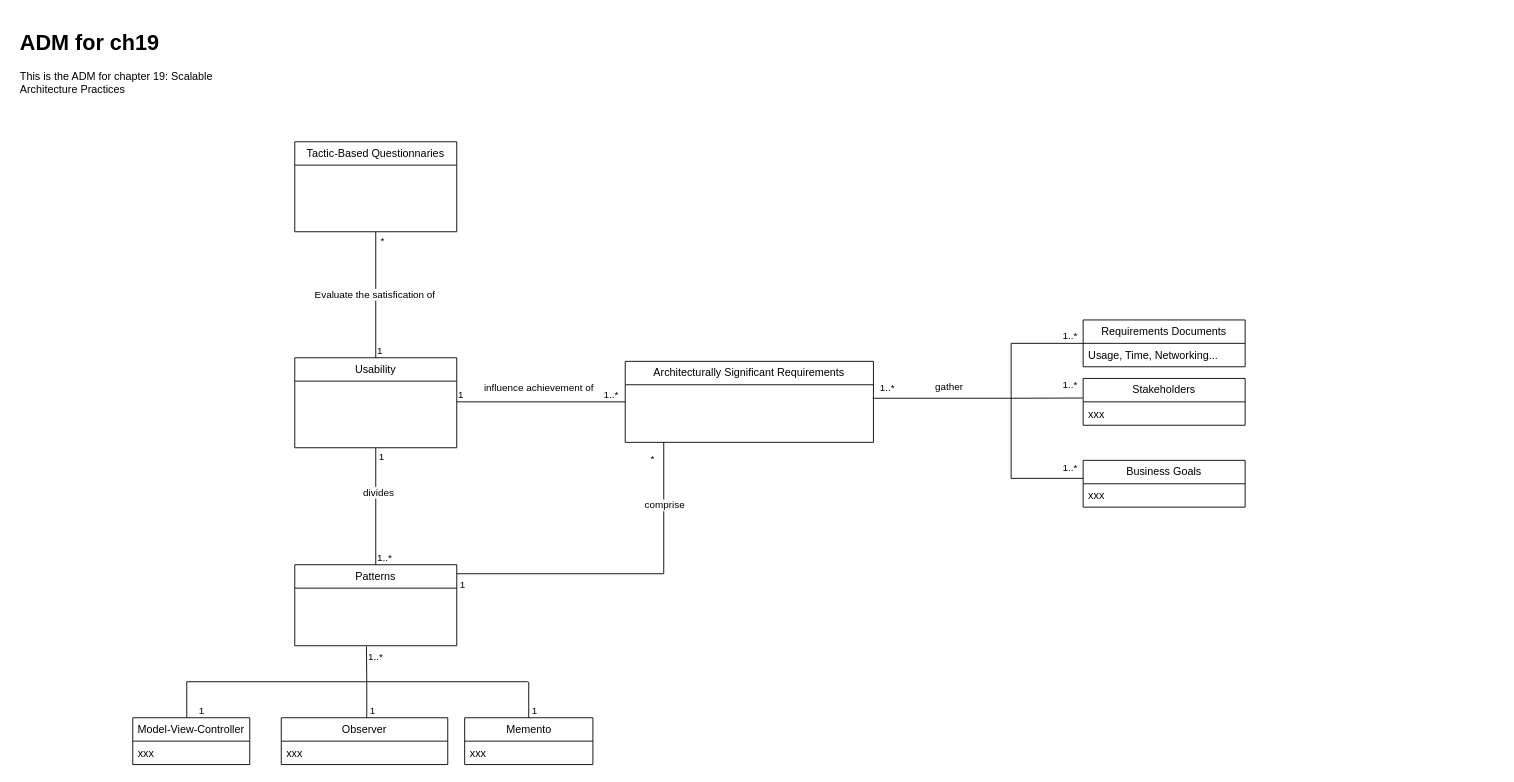
Earlier version of the draw.io diagram Documentation/DomainModel/ch19.drawio (dhruwanga19/4471_Group14_ProjectDocumentation). Source tidied: cells renumbered, new cells numbered last; positions are measured from the earlier drawing's top-left corner, leaving out a move shared by most shapes. Both pictures are drawn from the tidied source at 90%, with x=0, y=0 at pixel (15, 24).
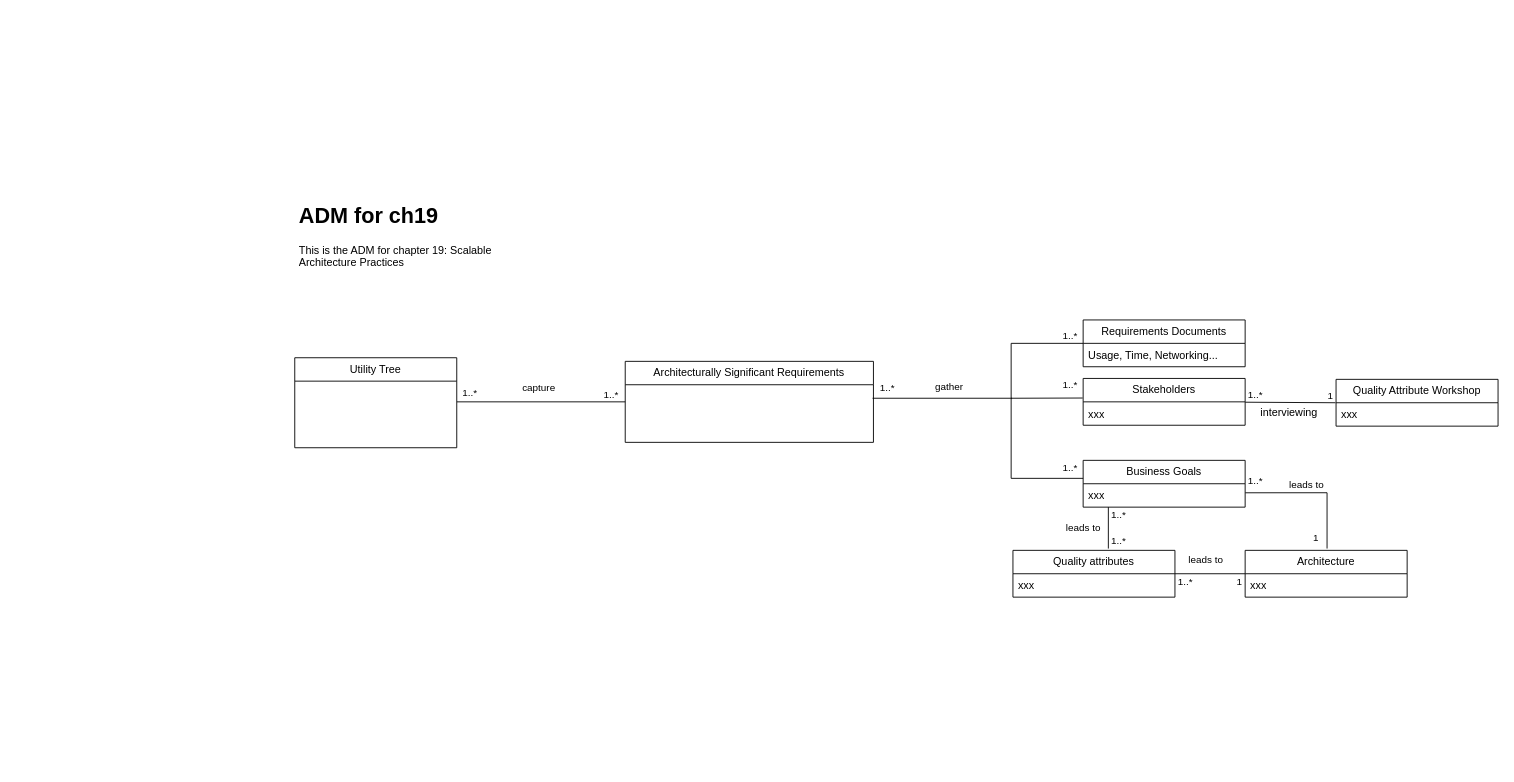
Above is the later version.

Unchanged cells that the change refers to:
```xml
<mxCell id="25" value="xxx" style="text;strokeColor=none;fillColor=none;align=left;verticalAlign=top;spacingLeft=4;spacingRight=4;overflow=hidden;points=[[0,0.5],[1,0.5]];portConstraint=eastwest;whiteSpace=wrap;html=1;" parent="24" vertex="1">
  <mxGeometry y="26" width="180" height="26" as="geometry" />
</mxCell>
```

Change to the diagram source:
```diff
@@
     <mxCell id="2" value="&lt;h1&gt;ADM for ch19&lt;/h1&gt;&lt;p&gt;This is the ADM for chapter 19: Scalable Architecture Practices&lt;/p&gt;" style="text;html=1;strokeColor=none;fillColor=none;spacing=5;spacingTop=-20;whiteSpace=wrap;overflow=hidden;rounded=0;" parent="1" vertex="1">
-      <mxGeometry width="247" height="120" as="geometry" />
+      <mxGeometry x="310" y="193" width="247" height="120" as="geometry" />
     </mxCell>
-    <mxCell id="3" value="Usability" style="swimlane;fontStyle=0;horizontal=1;startSize=26;fillColor=none;whiteSpace=wrap;html=1;" parent="1" vertex="1">
+    <mxCell id="3" value="Utility Tree" style="swimlane;fontStyle=0;horizontal=1;startSize=26;fillColor=none;whiteSpace=wrap;html=1;" parent="1" vertex="1">
       <mxGeometry x="310" y="370" width="180" height="100" as="geometry" />
     </mxCell>
-    <mxCell id="4" value="Tactic-Based Questionnaries" style="swimlane;fontStyle=0;horizontal=1;startSize=26;fillColor=none;whiteSpace=wrap;html=1;" parent="1" vertex="1">
-      <mxGeometry x="310" y="130" width="180" height="100" as="geometry" />
-    </mxCell>
-    <mxCell id="5" value="Patterns" style="swimlane;fontStyle=0;horizontal=1;startSize=26;fillColor=none;whiteSpace=wrap;html=1;" parent="1" vertex="1">
-      <mxGeometry x="310" y="600" width="180" height="90" as="geometry" />
-    </mxCell>
-    <mxCell id="6" style="endArrow=none;html=1;edgeStyle=orthogonalEdgeStyle;rounded=0;exitX=0.5;exitY=0;exitDx=0;exitDy=0;" parent="1" edge="1" source="5" target="3">
-      <mxGeometry relative="1" as="geometry" />
-    </mxCell>
-    <mxCell id="7" value="1..*" style="edgeLabel;html=1;align=left;verticalAlign=bottom;" parent="6" vertex="1">
-      <mxGeometry x="-1" relative="1" as="geometry" />
-    </mxCell>
-    <mxCell id="8" value="1" style="edgeLabel;html=1;align=right;verticalAlign=bottom;" parent="6" vertex="1">
-      <mxGeometry x="1" relative="1" as="geometry">
-        <mxPoint x="10" y="18" as="offset" />
-      </mxGeometry>
-    </mxCell>
-    <mxCell id="9" value="divides" style="edgeLabel;html=1;align=center;verticalAlign=middle;" parent="6" vertex="1">
-      <mxGeometry x="0.25" y="-2" relative="1" as="geometry" />
-    </mxCell>
-    <mxCell id="10" style="endArrow=none;html=1;edgeStyle=orthogonalEdgeStyle;rounded=0;exitX=0.5;exitY=0;exitDx=0;exitDy=0;" parent="1" edge="1" source="3" target="4">
-      <mxGeometry relative="1" as="geometry" />
-    </mxCell>
-    <mxCell id="11" value="1" style="edgeLabel;html=1;align=left;verticalAlign=bottom;" parent="10" vertex="1">
-      <mxGeometry x="-1" relative="1" as="geometry" />
-    </mxCell>
-    <mxCell id="12" value="*" style="edgeLabel;html=1;align=right;verticalAlign=bottom;" parent="10" vertex="1">
-      <mxGeometry x="1" relative="1" as="geometry">
-        <mxPoint x="10" y="18" as="offset" />
-      </mxGeometry>
-    </mxCell>
-    <mxCell id="13" value="Evaluate the satisfication of" style="edgeLabel;html=1;align=center;verticalAlign=middle;" parent="10" vertex="1">
-      <mxGeometry x="0.01" y="2" relative="1" as="geometry" />
-    </mxCell>
@@
-    <mxCell id="16" value="1" style="edgeLabel;html=1;align=left;verticalAlign=bottom;" parent="1" vertex="1">
-      <mxGeometry x="490" y="419" as="geometry" />
-    </mxCell>
@@
-    <mxCell id="27" style="endArrow=none;html=1;rounded=0;entryX=0.779;entryY=0.997;entryDx=0;entryDy=0;entryPerimeter=0;" parent="1" edge="1">
-      <mxGeometry relative="1" as="geometry">
-        <mxPoint x="720" y="610" as="sourcePoint" />
-        <mxPoint x="720" y="464" as="targetPoint" />
-      </mxGeometry>
-    </mxCell>
-    <mxCell id="28" value="comprise" style="edgeLabel;html=1;align=center;verticalAlign=middle;" parent="27" vertex="1">
-      <mxGeometry x="-0.1" y="4" relative="1" as="geometry">
-        <mxPoint x="4" y="-11" as="offset" />
-      </mxGeometry>
-    </mxCell>
-    <mxCell id="29" style="endArrow=none;html=1;rounded=0;exitX=1;exitY=0.111;exitDx=0;exitDy=0;exitPerimeter=0;" parent="1" edge="1" source="5">
-      <mxGeometry relative="1" as="geometry">
-        <mxPoint x="720" y="610" as="targetPoint" />
-      </mxGeometry>
-    </mxCell>
-    <mxCell id="30" value="1" style="edgeLabel;html=1;align=right;verticalAlign=bottom;" parent="1" vertex="1">
-      <mxGeometry x="500" y="630" as="geometry" />
-    </mxCell>
-    <mxCell id="31" value="*" style="edgeLabel;html=1;align=right;verticalAlign=bottom;" parent="1" vertex="1">
-      <mxGeometry x="710" y="490" as="geometry" />
-    </mxCell>
-    <mxCell id="32" style="endArrow=none;html=1;rounded=0;entryX=0.443;entryY=1.012;entryDx=0;entryDy=0;entryPerimeter=0;" parent="1" edge="1">
-      <mxGeometry relative="1" as="geometry">
-        <mxPoint x="390" y="730" as="sourcePoint" />
-        <mxPoint x="389.7" y="690.8" as="targetPoint" />
-      </mxGeometry>
-    </mxCell>
-    <mxCell id="33" style="endArrow=none;html=1;rounded=0;" parent="1" edge="1">
-      <mxGeometry relative="1" as="geometry">
-        <mxPoint x="190" y="730" as="sourcePoint" />
-        <mxPoint x="569" y="730" as="targetPoint" />
-      </mxGeometry>
-    </mxCell>
-    <mxCell id="34" style="endArrow=none;html=1;rounded=0;" parent="1" edge="1">
-      <mxGeometry relative="1" as="geometry">
-        <mxPoint x="190" y="770" as="sourcePoint" />
-        <mxPoint x="190" y="730" as="targetPoint" />
-      </mxGeometry>
-    </mxCell>
-    <mxCell id="35" style="endArrow=none;html=1;rounded=0;" parent="1" edge="1">
-      <mxGeometry relative="1" as="geometry">
-        <mxPoint x="390" y="770" as="sourcePoint" />
-        <mxPoint x="390" y="730" as="targetPoint" />
-      </mxGeometry>
-    </mxCell>
-    <mxCell id="36" style="endArrow=none;html=1;rounded=0;" parent="1" edge="1">
-      <mxGeometry relative="1" as="geometry">
-        <mxPoint x="570" y="770" as="sourcePoint" />
-        <mxPoint x="570" y="730" as="targetPoint" />
-      </mxGeometry>
-    </mxCell>
-    <mxCell id="37" value="1..*" style="edgeLabel;html=1;align=left;verticalAlign=bottom;" parent="1" vertex="1">
-      <mxGeometry x="390" y="710" as="geometry" />
-    </mxCell>
-    <mxCell id="38" value="Model-View-Controller" style="swimlane;fontStyle=0;horizontal=1;startSize=26;fillColor=none;whiteSpace=wrap;html=1;" parent="1" vertex="1">
-      <mxGeometry x="130" y="770" width="130" height="52" as="geometry" />
-    </mxCell>
-    <mxCell id="39" value="xxx" style="text;strokeColor=none;fillColor=none;align=left;verticalAlign=top;spacingLeft=4;spacingRight=4;overflow=hidden;whiteSpace=wrap;html=1;" parent="38" vertex="1">
-      <mxGeometry y="26" width="130" height="26" as="geometry" />
-    </mxCell>
-    <mxCell id="40" value="Observer" style="swimlane;fontStyle=0;horizontal=1;startSize=26;fillColor=none;whiteSpace=wrap;html=1;" parent="1" vertex="1">
-      <mxGeometry x="295" y="770" width="185" height="52" as="geometry" />
-    </mxCell>
-    <mxCell id="41" value="xxx" style="text;strokeColor=none;fillColor=none;align=left;verticalAlign=top;spacingLeft=4;spacingRight=4;overflow=hidden;whiteSpace=wrap;html=1;" parent="40" vertex="1">
-      <mxGeometry y="26" width="185" height="26" as="geometry" />
-    </mxCell>
-    <mxCell id="42" value="1" style="edgeLabel;html=1;align=right;verticalAlign=bottom;" parent="1" vertex="1">
-      <mxGeometry x="210" y="770" as="geometry" />
-    </mxCell>
-    <mxCell id="43" value="1" style="edgeLabel;html=1;align=right;verticalAlign=bottom;" parent="1" vertex="1">
-      <mxGeometry x="400" y="770" as="geometry" />
-    </mxCell>
-    <mxCell id="44" value="Memento" style="swimlane;fontStyle=0;horizontal=1;startSize=26;fillColor=none;whiteSpace=wrap;html=1;" parent="1" vertex="1">
-      <mxGeometry x="498.8" y="770" width="142.5" height="52" as="geometry" />
-    </mxCell>
-    <mxCell id="45" value="xxx" style="text;strokeColor=none;fillColor=none;align=left;verticalAlign=top;spacingLeft=4;spacingRight=4;overflow=hidden;whiteSpace=wrap;html=1;" parent="44" vertex="1">
-      <mxGeometry y="26" width="142.5" height="26" as="geometry" />
-    </mxCell>
-    <mxCell id="46" value="1" style="edgeLabel;html=1;align=right;verticalAlign=bottom;" parent="1" vertex="1">
-      <mxGeometry x="580" y="770" as="geometry" />
-    </mxCell>
-    <mxCell id="47" value="influence achievement of" style="edgeLabel;html=1;align=center;verticalAlign=middle;" parent="1" vertex="1">
+    <mxCell id="47" value="capture" style="edgeLabel;html=1;align=center;verticalAlign=middle;" parent="1" vertex="1">
       <mxGeometry x="580.2" y="402" as="geometry" />
     </mxCell>
@@
+    <mxCell id="55" value="Quality Attribute Workshop" style="swimlane;fontStyle=0;horizontal=1;startSize=26;fillColor=none;whiteSpace=wrap;html=1;" parent="1" vertex="1">
+      <mxGeometry x="1467" y="394" width="180" height="52" as="geometry" />
+    </mxCell>
+    <mxCell id="56" value="xxx" style="text;strokeColor=none;fillColor=none;align=left;verticalAlign=top;spacingLeft=4;spacingRight=4;overflow=hidden;whiteSpace=wrap;html=1;" parent="55" vertex="1">
+      <mxGeometry y="26" width="180" height="26" as="geometry" />
+    </mxCell>
+    <mxCell id="57" value="1" style="edgeLabel;html=1;align=right;verticalAlign=bottom;" parent="1" vertex="1">
+      <mxGeometry x="1464" y="420" as="geometry" />
+    </mxCell>
+    <mxCell id="58" style="endArrow=none;html=1;rounded=0;entryX=-0.003;entryY=0.5;entryDx=0;entryDy=0;entryPerimeter=0;exitX=1.006;exitY=0.093;exitDx=0;exitDy=0;exitPerimeter=0;" parent="1" edge="1" target="55">
+      <mxGeometry relative="1" as="geometry">
+        <mxPoint x="1366.1" y="419.4" as="sourcePoint" />
+      </mxGeometry>
+    </mxCell>
+    <mxCell id="59" value="1..*" style="edgeLabel;html=1;align=right;verticalAlign=bottom;" parent="1" vertex="1">
+      <mxGeometry x="1386" y="419" as="geometry" />
+    </mxCell>
+    <mxCell id="60" value="interviewing" style="text;html=1;strokeColor=none;fillColor=none;align=center;verticalAlign=middle;whiteSpace=wrap;rounded=0;" parent="1" vertex="1">
+      <mxGeometry x="1382" y="424" width="66" height="13" as="geometry" />
+    </mxCell>
+    <mxCell id="61" style="endArrow=none;html=1;rounded=0;" parent="1" edge="1">
+      <mxGeometry relative="1" as="geometry">
+        <mxPoint x="1214" y="582" as="sourcePoint" />
+        <mxPoint x="1214" y="536" as="targetPoint" />
+      </mxGeometry>
+    </mxCell>
+    <mxCell id="62" value="leads to" style="edgeLabel;html=1;align=center;verticalAlign=middle;" parent="1" vertex="1">
+      <mxGeometry x="1216" y="500" as="geometry">
+        <mxPoint x="-31" y="58" as="offset" />
+      </mxGeometry>
+    </mxCell>
+    <mxCell id="63" value="Quality attributes" style="swimlane;fontStyle=0;horizontal=1;startSize=26;fillColor=none;whiteSpace=wrap;html=1;" parent="1" vertex="1">
+      <mxGeometry x="1108" y="584" width="180" height="52" as="geometry" />
+    </mxCell>
+    <mxCell id="64" value="xxx" style="text;strokeColor=none;fillColor=none;align=left;verticalAlign=top;spacingLeft=4;spacingRight=4;overflow=hidden;whiteSpace=wrap;html=1;" parent="63" vertex="1">
+      <mxGeometry y="26" width="180" height="26" as="geometry" />
+    </mxCell>
+    <mxCell id="65" value="1..*" style="edgeLabel;html=1;align=right;verticalAlign=bottom;" parent="1" vertex="1">
+      <mxGeometry x="1234" y="553" as="geometry" />
+    </mxCell>
+    <mxCell id="66" value="1..*" style="edgeLabel;html=1;align=right;verticalAlign=bottom;" parent="1" vertex="1">
+      <mxGeometry x="1234" y="581" as="geometry" />
+    </mxCell>
+    <mxCell id="67" style="endArrow=none;html=1;rounded=0;" parent="1" edge="1">
+      <mxGeometry relative="1" as="geometry">
+        <mxPoint x="1457" y="582" as="sourcePoint" />
+        <mxPoint x="1457" y="520" as="targetPoint" />
+      </mxGeometry>
+    </mxCell>
+    <mxCell id="68" value="Architecture" style="swimlane;fontStyle=0;horizontal=1;startSize=26;fillColor=none;whiteSpace=wrap;html=1;" parent="1" vertex="1">
+      <mxGeometry x="1366" y="584" width="180" height="52" as="geometry" />
+    </mxCell>
+    <mxCell id="69" value="xxx" style="text;strokeColor=none;fillColor=none;align=left;verticalAlign=top;spacingLeft=4;spacingRight=4;overflow=hidden;whiteSpace=wrap;html=1;" parent="68" vertex="1">
+      <mxGeometry y="26" width="180" height="26" as="geometry" />
+    </mxCell>
+    <mxCell id="70" value="1..*" style="edgeLabel;html=1;align=right;verticalAlign=bottom;" parent="1" vertex="1">
+      <mxGeometry x="1386" y="515" as="geometry" />
+    </mxCell>
+    <mxCell id="71" value="1" style="edgeLabel;html=1;align=right;verticalAlign=bottom;" parent="1" vertex="1">
+      <mxGeometry x="1448" y="578" as="geometry" />
+    </mxCell>
+    <mxCell id="72" style="endArrow=none;html=1;rounded=0;exitX=1.001;exitY=0.386;exitDx=0;exitDy=0;exitPerimeter=0;" parent="1" edge="1" source="25">
+      <mxGeometry relative="1" as="geometry">
+        <mxPoint x="1457" y="520" as="targetPoint" />
+      </mxGeometry>
+    </mxCell>
+    <mxCell id="73" value="leads to" style="edgeLabel;html=1;align=center;verticalAlign=middle;" parent="1" vertex="1">
+      <mxGeometry x="1464" y="452" as="geometry">
+        <mxPoint x="-31" y="58" as="offset" />
+      </mxGeometry>
+    </mxCell>
+    <mxCell id="74" style="endArrow=none;html=1;rounded=0;exitX=1;exitY=0.5;exitDx=0;exitDy=0;" parent="1" edge="1" source="63">
+      <mxGeometry relative="1" as="geometry">
+        <mxPoint x="1366" y="610" as="targetPoint" />
+      </mxGeometry>
+    </mxCell>
+    <mxCell id="75" value="leads to" style="edgeLabel;html=1;align=center;verticalAlign=middle;" parent="1" vertex="1">
+      <mxGeometry x="1352" y="536" as="geometry">
+        <mxPoint x="-31" y="58" as="offset" />
+      </mxGeometry>
+    </mxCell>
+    <mxCell id="76" value="1" style="edgeLabel;html=1;align=right;verticalAlign=bottom;" parent="1" vertex="1">
+      <mxGeometry x="1363" y="627" as="geometry" />
+    </mxCell>
+    <mxCell id="77" value="1..*" style="edgeLabel;html=1;align=right;verticalAlign=bottom;" parent="1" vertex="1">
+      <mxGeometry x="1308" y="627" as="geometry" />
+    </mxCell>
+    <mxCell id="78" value="1..*" style="edgeLabel;html=1;align=right;verticalAlign=bottom;" parent="1" vertex="1">
+      <mxGeometry x="513" y="417" as="geometry" />
+    </mxCell>
```
